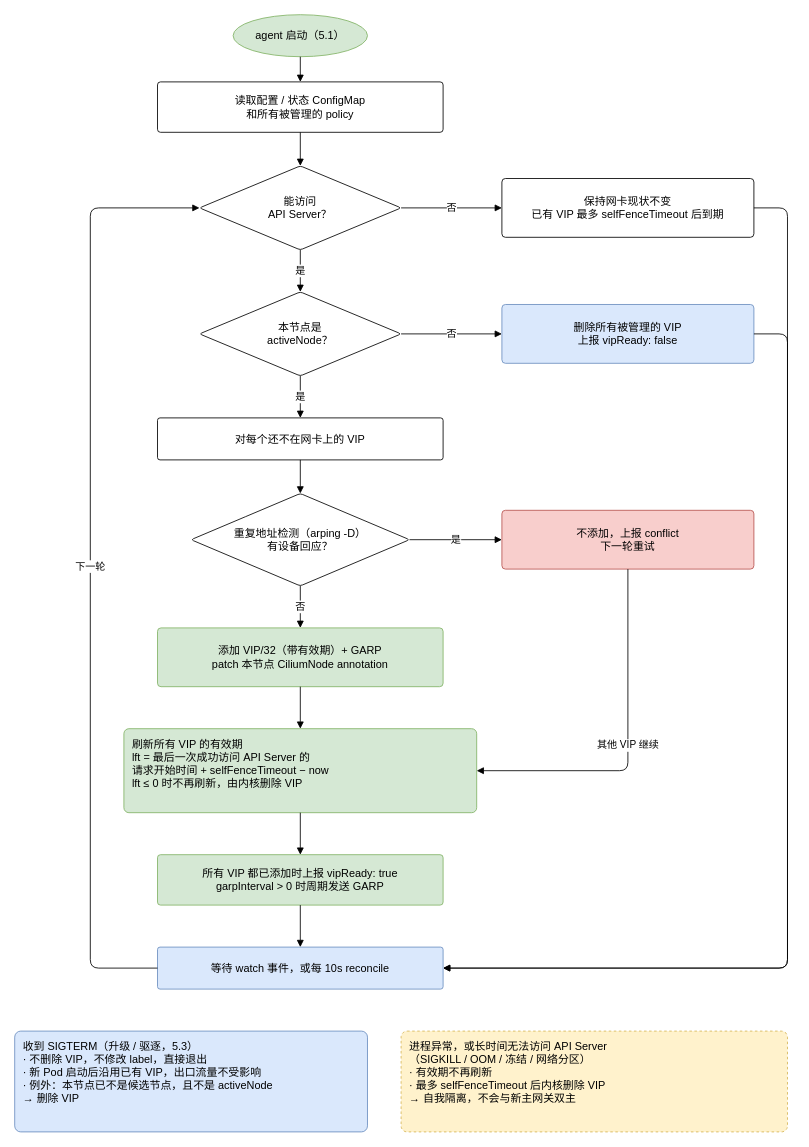
The draw.io diagram docs/images/agent-workflow.drawio in spidernet-io/cilium-egressgateway-ha, before the edit. Source tidied: cells renumbered, new cells numbered last; positions are measured from the earlier drawing's top-left corner, leaving out a move shared by most shapes. Both pictures are drawn from the tidied source at 84%, with x=0, y=0 at pixel (14, 14).
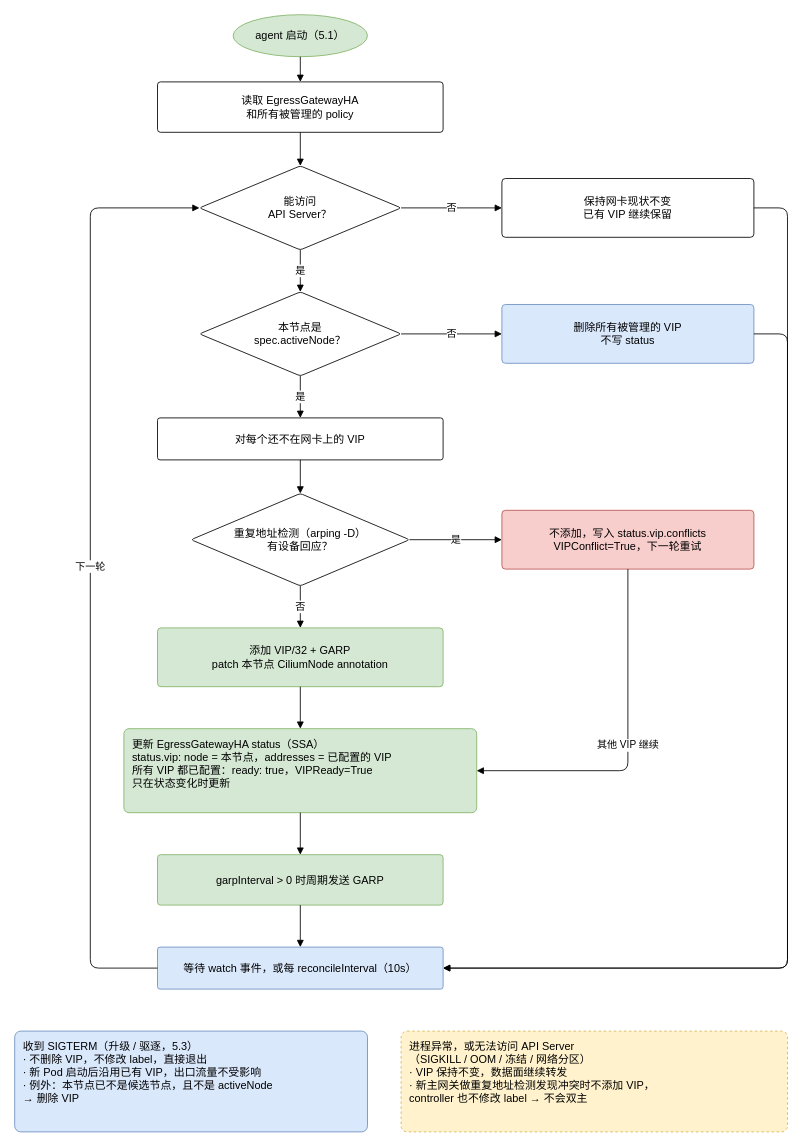
Above is the later version.

Commit message (it also covers changes not shown here):
docs: move HA state into EgressGatewayHA CRD and refine failover

The edit, as a diff of the source:
```diff
@@
-    <mxCell id="3" value="读取配置 / 状态 ConfigMap&lt;br&gt;和所有被管理的 policy" style="rounded=1;whiteSpace=wrap;html=1;arcSize=6;fontSize=13;fillColor=#ffffff;" parent="1" vertex="1">
+    <mxCell id="3" value="读取 EgressGatewayHA&lt;br&gt;和所有被管理的 policy" style="rounded=1;whiteSpace=wrap;html=1;arcSize=6;fontSize=13;fillColor=#ffffff;" parent="1" vertex="1">
       <mxGeometry x="170" y="80" width="340" height="60" as="geometry" />
     </mxCell>
@@
-    <mxCell id="5" value="保持网卡现状不变&lt;br&gt;已有 VIP 最多 selfFenceTimeout 后到期" style="rounded=1;whiteSpace=wrap;html=1;arcSize=6;fontSize=13;fillColor=#ffffff;" parent="1" vertex="1">
+    <mxCell id="5" value="保持网卡现状不变&lt;br&gt;已有 VIP 继续保留" style="rounded=1;whiteSpace=wrap;html=1;arcSize=6;fontSize=13;fillColor=#ffffff;" parent="1" vertex="1">
       <mxGeometry x="580" y="195" width="300" height="70" as="geometry" />
     </mxCell>
-    <mxCell id="6" value="本节点是&lt;br&gt;activeNode？" style="rounded=1;whiteSpace=wrap;html=1;arcSize=6;fontSize=13;rhombus;whiteSpace=wrap;html=1;fontSize=13;fillColor=#ffffff;" parent="1" vertex="1">
+    <mxCell id="6" value="本节点是&lt;br&gt;spec.activeNode？" style="rounded=1;whiteSpace=wrap;html=1;arcSize=6;fontSize=13;rhombus;whiteSpace=wrap;html=1;fontSize=13;fillColor=#ffffff;" parent="1" vertex="1">
       <mxGeometry x="220" y="330" width="240" height="100" as="geometry" />
     </mxCell>
-    <mxCell id="7" value="删除所有被管理的 VIP&lt;br&gt;上报 vipReady: false" style="rounded=1;whiteSpace=wrap;html=1;arcSize=6;fontSize=13;fillColor=#dae8fc;strokeColor=#6c8ebf;" parent="1" vertex="1">
+    <mxCell id="7" value="删除所有被管理的 VIP&lt;br&gt;不写 status" style="rounded=1;whiteSpace=wrap;html=1;arcSize=6;fontSize=13;fillColor=#dae8fc;strokeColor=#6c8ebf;" parent="1" vertex="1">
       <mxGeometry x="580" y="345" width="300" height="70" as="geometry" />
     </mxCell>
@@
-    <mxCell id="10" value="不添加，上报 conflict&lt;br&gt;下一轮重试" style="rounded=1;whiteSpace=wrap;html=1;arcSize=6;fontSize=13;fillColor=#f8cecc;strokeColor=#b85450;" parent="1" vertex="1">
+    <mxCell id="10" value="不添加，写入 status.vip.conflicts&lt;br&gt;VIPConflict=True，下一轮重试" style="rounded=1;whiteSpace=wrap;html=1;arcSize=6;fontSize=13;fillColor=#f8cecc;strokeColor=#b85450;" parent="1" vertex="1">
       <mxGeometry x="580" y="590" width="300" height="70" as="geometry" />
     </mxCell>
-    <mxCell id="11" value="添加 VIP/32（带有效期）+ GARP&lt;br&gt;patch 本节点 CiliumNode annotation" style="rounded=1;whiteSpace=wrap;html=1;arcSize=6;fontSize=13;fillColor=#d5e8d4;strokeColor=#82b366;" parent="1" vertex="1">
+    <mxCell id="11" value="添加 VIP/32 + GARP&lt;br&gt;patch 本节点 CiliumNode annotation" style="rounded=1;whiteSpace=wrap;html=1;arcSize=6;fontSize=13;fillColor=#d5e8d4;strokeColor=#82b366;" parent="1" vertex="1">
       <mxGeometry x="170" y="730" width="340" height="70" as="geometry" />
     </mxCell>
-    <mxCell id="12" value="刷新所有 VIP 的有效期&lt;br&gt;lft = 最后一次成功访问 API Server 的&lt;br&gt;         请求开始时间 + selfFenceTimeout − now&lt;br&gt;lft ≤ 0 时不再刷新，由内核删除 VIP" style="rounded=1;whiteSpace=wrap;html=1;arcSize=6;fontSize=13;fillColor=#d5e8d4;strokeColor=#82b366;align=left;verticalAlign=top;spacingLeft=8;spacingTop=4;" parent="1" vertex="1">
+    <mxCell id="12" value="更新 EgressGatewayHA status（SSA）&lt;br&gt;status.vip: node = 本节点，addresses = 已配置的 VIP&lt;br&gt;所有 VIP 都已配置：ready: true，VIPReady=True&lt;br&gt;只在状态变化时更新" style="rounded=1;whiteSpace=wrap;html=1;arcSize=6;fontSize=13;fillColor=#d5e8d4;strokeColor=#82b366;align=left;verticalAlign=top;spacingLeft=8;spacingTop=4;" parent="1" vertex="1">
       <mxGeometry x="130" y="850" width="420" height="100" as="geometry" />
     </mxCell>
-    <mxCell id="13" value="所有 VIP 都已添加时上报 vipReady: true&lt;br&gt;garpInterval &amp;gt; 0 时周期发送 GARP" style="rounded=1;whiteSpace=wrap;html=1;arcSize=6;fontSize=13;fillColor=#d5e8d4;strokeColor=#82b366;" parent="1" vertex="1">
+    <mxCell id="13" value="garpInterval &amp;gt; 0 时周期发送 GARP" style="rounded=1;whiteSpace=wrap;html=1;arcSize=6;fontSize=13;fillColor=#d5e8d4;strokeColor=#82b366;" parent="1" vertex="1">
       <mxGeometry x="170" y="1000" width="340" height="60" as="geometry" />
     </mxCell>
-    <mxCell id="14" value="等待 watch 事件，或每 10s reconcile" style="rounded=1;whiteSpace=wrap;html=1;arcSize=6;fontSize=13;fillColor=#dae8fc;strokeColor=#6c8ebf;" parent="1" vertex="1">
+    <mxCell id="14" value="等待 watch 事件，或每 reconcileInterval（10s）" style="rounded=1;whiteSpace=wrap;html=1;arcSize=6;fontSize=13;fillColor=#dae8fc;strokeColor=#6c8ebf;" parent="1" vertex="1">
       <mxGeometry x="170" y="1110" width="340" height="50" as="geometry" />
     </mxCell>
@@
-    <mxCell id="32" value="进程异常，或长时间无法访问 API Server&lt;br&gt;（SIGKILL / OOM / 冻结 / 网络分区）&lt;br&gt;· 有效期不再刷新&lt;br&gt;· 最多 selfFenceTimeout 后内核删除 VIP&lt;br&gt;  → 自我隔离，不会与新主网关双主" style="rounded=1;whiteSpace=wrap;html=1;arcSize=6;fontSize=13;dashed=1;fillColor=#fff2cc;strokeColor=#d6b656;align=left;verticalAlign=top;spacingLeft=8;spacingTop=4;" parent="1" vertex="1">
+    <mxCell id="32" value="进程异常，或无法访问 API Server&lt;br&gt;（SIGKILL / OOM / 冻结 / 网络分区）&lt;br&gt;· VIP 保持不变，数据面继续转发&lt;br&gt;· 新主网关做重复地址检测发现冲突时不添加 VIP，&lt;br&gt;  controller 也不修改 label → 不会双主" style="rounded=1;whiteSpace=wrap;html=1;arcSize=6;fontSize=13;dashed=1;fillColor=#fff2cc;strokeColor=#d6b656;align=left;verticalAlign=top;spacingLeft=8;spacingTop=4;" parent="1" vertex="1">
       <mxGeometry x="460" y="1210" width="460" height="120" as="geometry" />
     </mxCell>
```
